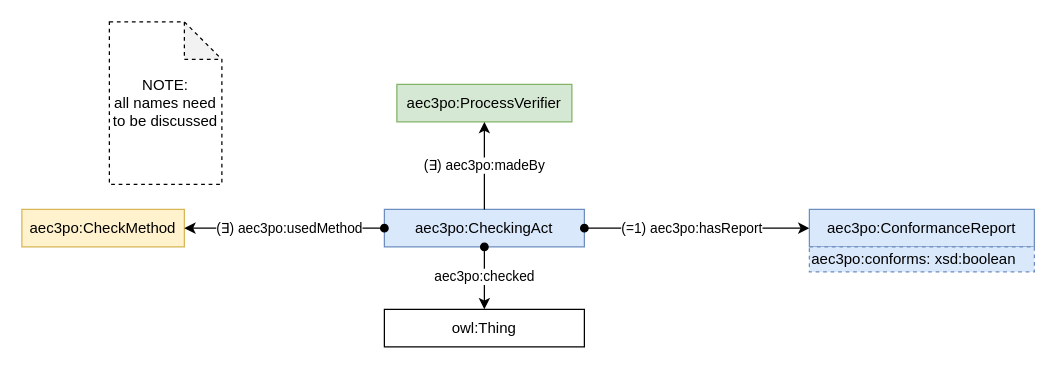
Earlier version of the draw.io diagram page "checking act" (11 of 14) of resources/aec3po.drawio (Accord-Project/aec3po). Source tidied: cells renumbered, new cells numbered last; positions are measured from the earlier drawing's top-left corner, leaving out a move shared by most shapes. Both pictures are drawn from the tidied source at 125%, with x=0, y=0 at pixel (21, 21).
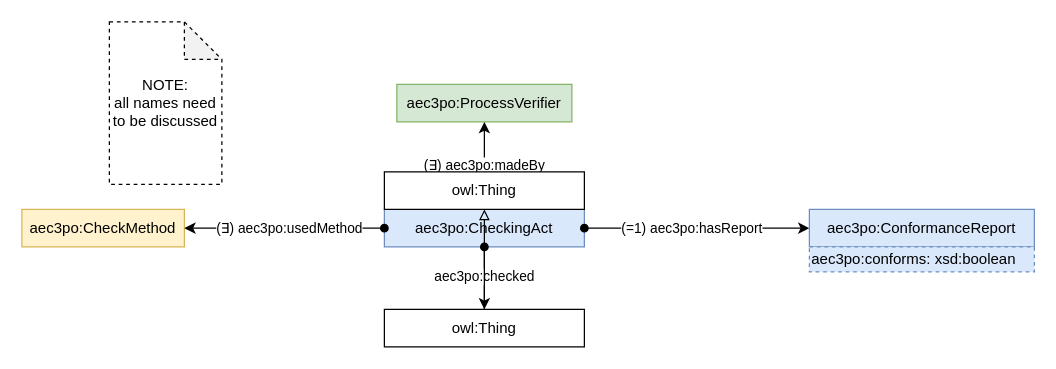
The same diagram, later.

The edit, as a diff of the source:
```diff
@@
 <mxGraphModel>
   <root>
     <mxCell id="0" />
     <mxCell id="1" parent="0" />
     <mxCell id="2" value="aec3po:CheckMethod" style="rounded=0;whiteSpace=wrap;html=1;snapToPoint=1;points=[[0.1,0],[0.2,0],[0.3,0],[0.4,0],[0.5,0],[0.6,0],[0.7,0],[0.8,0],[0.9,0],[0,0.1],[0,0.3],[0,0.5],[0,0.7],[0,0.9],[0.1,1],[0.2,1],[0.3,1],[0.4,1],[0.5,1],[0.6,1],[0.7,1],[0.8,1],[0.9,1],[1,0.1],[1,0.3],[1,0.5],[1,0.7],[1,0.9]];fillColor=#fff2cc;strokeColor=#d6b656;" parent="1" vertex="1">
       <mxGeometry y="150" width="130" height="30" as="geometry" />
     </mxCell>
     <mxCell id="3" value="aec3po:CheckingAct" style="rounded=0;whiteSpace=wrap;html=1;snapToPoint=1;points=[[0.1,0],[0.2,0],[0.3,0],[0.4,0],[0.5,0],[0.6,0],[0.7,0],[0.8,0],[0.9,0],[0,0.1],[0,0.3],[0,0.5],[0,0.7],[0,0.9],[0.1,1],[0.2,1],[0.3,1],[0.4,1],[0.5,1],[0.6,1],[0.7,1],[0.8,1],[0.9,1],[1,0.1],[1,0.3],[1,0.5],[1,0.7],[1,0.9]];fillColor=#dae8fc;strokeColor=#6c8ebf;" parent="1" vertex="1">
       <mxGeometry x="290" y="150" width="160" height="30" as="geometry" />
     </mxCell>
     <mxCell id="4" value="aec3po:ProcessVerifier" style="rounded=0;whiteSpace=wrap;html=1;snapToPoint=1;points=[[0.1,0],[0.2,0],[0.3,0],[0.4,0],[0.5,0],[0.6,0],[0.7,0],[0.8,0],[0.9,0],[0,0.1],[0,0.3],[0,0.5],[0,0.7],[0,0.9],[0.1,1],[0.2,1],[0.3,1],[0.4,1],[0.5,1],[0.6,1],[0.7,1],[0.8,1],[0.9,1],[1,0.1],[1,0.3],[1,0.5],[1,0.7],[1,0.9]];fillColor=#d5e8d4;strokeColor=#82b366;" parent="1" vertex="1">
       <mxGeometry x="300" y="50" width="140" height="30" as="geometry" />
     </mxCell>
     <mxCell id="5" value="(∃) aec3po:madeBy" style="edgeStyle=orthogonalEdgeStyle;rounded=0;jettySize=auto;html=1;entryX=0.5;entryY=1;entryDx=0;entryDy=0;startArrow=none;startFill=0;endArrow=classic;endFill=1;exitX=0.5;exitY=0;exitDx=0;exitDy=0;" parent="1" edge="1" source="3" target="4">
       <mxGeometry relative="1" as="geometry" />
     </mxCell>
     <mxCell id="6" value="(∃) aec3po:usedMethod" style="edgeStyle=orthogonalEdgeStyle;rounded=0;jettySize=auto;html=1;startArrow=oval;startFill=1;endArrow=classic;endFill=1;" parent="1" edge="1" source="3" target="2">
       <mxGeometry x="-0.05" relative="1" as="geometry">
         <Array as="points">
           <mxPoint x="362" y="176" />
           <mxPoint x="200" y="176" />
         </Array>
       </mxGeometry>
     </mxCell>
     <mxCell id="7" value="NOTE: &lt;br&gt;all names need to be discussed" style="shape=note;whiteSpace=wrap;html=1;backgroundOutline=1;darkOpacity=0.05;fontSize=12;strokeColor=default;fillColor=none;dashed=1;" parent="1" vertex="1">
       <mxGeometry x="70" width="90" height="130" as="geometry" />
     </mxCell>
     <mxCell id="8" value="(=1) aec3po:hasReport" style="edgeStyle=orthogonalEdgeStyle;rounded=0;jettySize=auto;html=1;startArrow=oval;startFill=1;endArrow=classic;endFill=1;exitX=1;exitY=0.5;exitDx=0;exitDy=0;" parent="1" edge="1" source="3">
       <mxGeometry x="-0.05" relative="1" as="geometry">
         <mxPoint x="630" y="165" as="targetPoint" />
       </mxGeometry>
     </mxCell>
     <mxCell id="9" value="aec3po:ConformanceReport" style="rounded=0;whiteSpace=wrap;html=1;fillColor=#dae8fc;strokeColor=#6c8ebf;" parent="1" vertex="1">
       <mxGeometry x="630" y="150" width="180" height="30" as="geometry" />
     </mxCell>
     <mxCell id="10" value="aec3po:conforms: xsd:boolean" style="rounded=0;whiteSpace=wrap;html=1;fillColor=#dae8fc;strokeColor=#6c8ebf;align=left;dashed=1;" parent="1" vertex="1">
       <mxGeometry x="630" y="180" width="180" height="20" as="geometry" />
     </mxCell>
     <mxCell id="11" value="aec3po:checked" style="edgeStyle=orthogonalEdgeStyle;rounded=0;jettySize=auto;html=1;startArrow=oval;startFill=1;endArrow=classic;endFill=1;exitX=0.5;exitY=1;exitDx=0;exitDy=0;" parent="1" edge="1" source="3">
       <mxGeometry x="-0.05" relative="1" as="geometry">
         <mxPoint x="370" y="230" as="targetPoint" />
       </mxGeometry>
     </mxCell>
+    <mxCell id="13" style="edgeStyle=orthogonalEdgeStyle;shape=connector;rounded=0;jettySize=auto;html=1;labelBackgroundColor=default;strokeColor=default;fontFamily=Helvetica;fontSize=11;fontColor=default;endArrow=block;endFill=0;" parent="1" edge="1" source="12" target="14">
+      <mxGeometry relative="1" as="geometry" />
+    </mxCell>
     <mxCell id="12" value="owl:Thing" style="rounded=0;whiteSpace=wrap;html=1;snapToPoint=1;points=[[0.1,0],[0.2,0],[0.3,0],[0.4,0],[0.5,0],[0.6,0],[0.7,0],[0.8,0],[0.9,0],[0,0.1],[0,0.3],[0,0.5],[0,0.7],[0,0.9],[0.1,1],[0.2,1],[0.3,1],[0.4,1],[0.5,1],[0.6,1],[0.7,1],[0.8,1],[0.9,1],[1,0.1],[1,0.3],[1,0.5],[1,0.7],[1,0.9]];" parent="1" vertex="1">
       <mxGeometry x="290" y="230" width="160" height="30" as="geometry" />
     </mxCell>
+    <mxCell id="14" value="owl:Thing" style="rounded=0;whiteSpace=wrap;html=1;snapToPoint=1;points=[[0.1,0],[0.2,0],[0.3,0],[0.4,0],[0.5,0],[0.6,0],[0.7,0],[0.8,0],[0.9,0],[0,0.1],[0,0.3],[0,0.5],[0,0.7],[0,0.9],[0.1,1],[0.2,1],[0.3,1],[0.4,1],[0.5,1],[0.6,1],[0.7,1],[0.8,1],[0.9,1],[1,0.1],[1,0.3],[1,0.5],[1,0.7],[1,0.9]];" parent="1" vertex="1">
+      <mxGeometry x="290" y="120" width="160" height="30" as="geometry" />
+    </mxCell>
   </root>
 </mxGraphModel>
```
